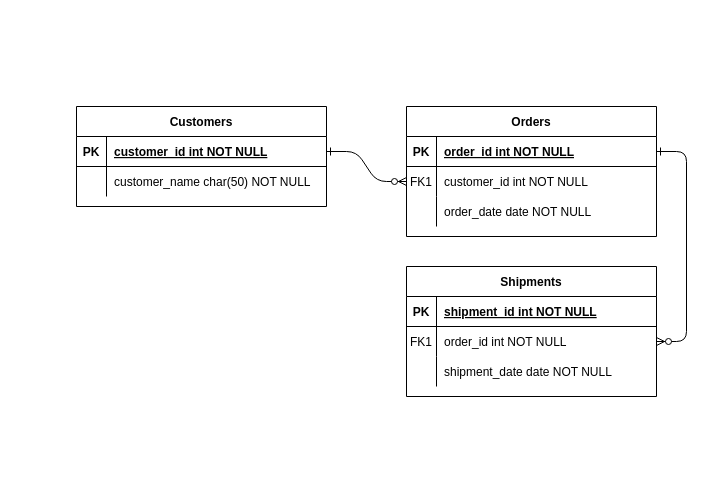
Before: CompanyCards.drawio in JonazOliveira/SQL-DIAGRAMS-ER, a draw.io diagram. Source tidied: cells renumbered, new cells numbered last; positions are measured from the earlier drawing's top-left corner, leaving out a move shared by most shapes. Both pictures are drawn from the tidied source at 100%, with x=0, y=0 at pixel (76, 106).
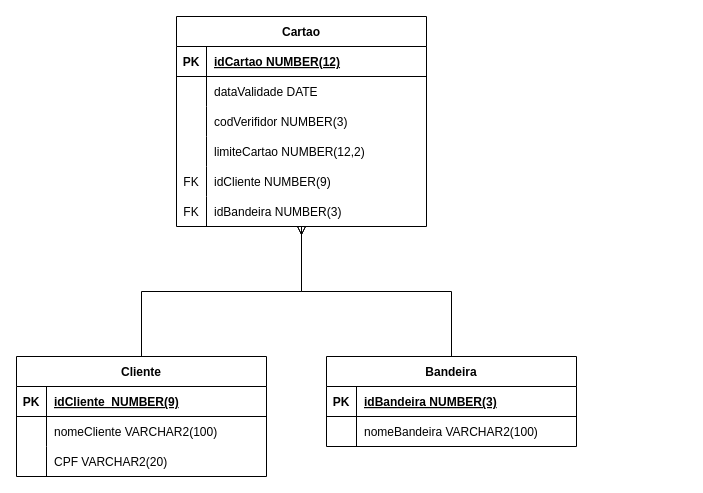
Above is the later version.

Unchanged cells that the change refers to:
```xml
<mxCell id="5" style="shape=partialRectangle;fillColor=none;points=[[0,0.5],[1,0.5]];portConstraint=eastwest;top=0;left=0;right=0;bottom=1;" parent="4" vertex="1">
  <mxGeometry y="30" width="250" height="30" as="geometry" />
</mxCell>
<mxCell id="8" style="shape=partialRectangle;fillColor=none;points=[[0,0.5],[1,0.5]];portConstraint=eastwest;top=0;left=0;right=0;bottom=0;" parent="4" vertex="1">
  <mxGeometry y="60" width="250" height="30" as="geometry" />
</mxCell>
<mxCell id="11" style="shape=partialRectangle;fillColor=none;top=0;left=0;right=0;bottom=0;" parent="4" vertex="1">
  <mxGeometry y="90" width="250" height="30" as="geometry" />
</mxCell>
<mxCell id="15" style="shape=partialRectangle;fillColor=none;top=0;left=0;right=0;bottom=1;" parent="14" vertex="1">
  <mxGeometry y="30" width="250" height="30" as="geometry" />
</mxCell>
<mxCell id="18" style="shape=partialRectangle;fillColor=none;points=[[0,0.5],[1,0.5]];portConstraint=eastwest;top=0;left=0;right=0;bottom=0;" parent="14" vertex="1">
  <mxGeometry y="60" width="250" height="30" as="geometry" />
</mxCell>
<mxCell id="25" style="shape=partialRectangle;fillColor=none;points=[[0,0.5],[1,0.5]];portConstraint=eastwest;top=0;left=0;right=0;bottom=1;" parent="24" vertex="1">
  <mxGeometry y="30" width="250" height="30" as="geometry" />
</mxCell>
<mxCell id="28" style="shape=partialRectangle;fillColor=none;top=0;left=0;right=0;bottom=0;" parent="24" vertex="1">
  <mxGeometry y="60" width="250" height="30" as="geometry" />
</mxCell>
```

What changed in the source:
```diff
@@
-    <mxCell id="2" style="edgeStyle=entityRelationEdgeStyle;endArrow=ERzeroToMany;startArrow=ERone;endFill=1;startFill=0;" parent="1" edge="1" source="25" target="8">
-      <mxGeometry relative="1" as="geometry" />
-    </mxCell>
-    <mxCell id="3" style="edgeStyle=entityRelationEdgeStyle;endArrow=ERzeroToMany;startArrow=ERone;endFill=1;startFill=0;" parent="1" edge="1" source="5" target="18">
-      <mxGeometry relative="1" as="geometry" />
-    </mxCell>
+    <mxCell id="31" style="edgeStyle=orthogonalEdgeStyle;rounded=0;jettySize=auto;html=1;exitX=0.5;exitY=0;exitDx=0;exitDy=0;endArrow=ERmany;endFill=0;" parent="1" edge="1" source="4" target="24">
+      <mxGeometry relative="1" as="geometry" />
+    </mxCell>
-    <mxCell id="4" value="Orders" style="shape=table;startSize=30;childLayout=tableLayout;rowLines=0;fontStyle=1;align=center;" parent="1" vertex="1">
-      <mxGeometry x="330" width="250" height="130" as="geometry" />
+    <mxCell id="4" value="Cliente" style="shape=table;startSize=30;childLayout=tableLayout;rowLines=0;fontStyle=1;align=center;" parent="1" vertex="1">
+      <mxGeometry x="-60" y="250" width="250" height="120" as="geometry" />
     </mxCell>
@@
-    <mxCell id="7" value="order_id int NOT NULL " style="shape=partialRectangle;overflow=hidden;fillColor=none;top=0;left=0;bottom=0;right=0;align=left;spacingLeft=6;fontStyle=5;" parent="5" vertex="1">
+    <mxCell id="7" value="idCliente  NUMBER(9)" style="shape=partialRectangle;overflow=hidden;fillColor=none;top=0;left=0;bottom=0;right=0;align=left;spacingLeft=6;fontStyle=5;" parent="5" vertex="1">
       <mxGeometry x="30" width="220" height="30" as="geometry" />
     </mxCell>
@@
-    <mxCell id="9" value="FK1" style="shape=partialRectangle;overflow=hidden;fillColor=none;top=0;left=0;bottom=0;right=0;" parent="8" vertex="1">
+    <mxCell id="9" style="shape=partialRectangle;overflow=hidden;fillColor=none;top=0;left=0;bottom=0;right=0;" parent="8" vertex="1">
       <mxGeometry width="30" height="30" as="geometry" />
     </mxCell>
-    <mxCell id="10" value="customer_id int NOT NULL" style="shape=partialRectangle;overflow=hidden;fillColor=none;top=0;left=0;bottom=0;right=0;align=left;spacingLeft=6;" parent="8" vertex="1">
+    <mxCell id="10" value="nomeCliente VARCHAR2(100)" style="shape=partialRectangle;overflow=hidden;fillColor=none;top=0;left=0;bottom=0;right=0;align=left;spacingLeft=6;" parent="8" vertex="1">
       <mxGeometry x="30" width="220" height="30" as="geometry" />
     </mxCell>
@@
-    <mxCell id="13" value="order_date date NOT NULL" style="shape=partialRectangle;overflow=hidden;fillColor=none;top=0;left=0;bottom=0;right=0;align=left;spacingLeft=6;" parent="11" vertex="1">
+    <mxCell id="13" value="CPF VARCHAR2(20)" style="shape=partialRectangle;overflow=hidden;fillColor=none;top=0;left=0;bottom=0;right=0;align=left;spacingLeft=6;" parent="11" vertex="1">
       <mxGeometry x="30" width="220" height="30" as="geometry" />
     </mxCell>
+    <mxCell id="32" style="edgeStyle=orthogonalEdgeStyle;rounded=0;jettySize=auto;html=1;exitX=0.5;exitY=0;exitDx=0;exitDy=0;endArrow=ERmany;endFill=0;" parent="1" edge="1" source="14" target="24">
+      <mxGeometry relative="1" as="geometry" />
+    </mxCell>
-    <mxCell id="14" value="Shipments" style="shape=table;startSize=30;childLayout=tableLayout;rowLines=0;fontStyle=1;align=center;" parent="1" vertex="1">
-      <mxGeometry x="330" y="160" width="250" height="130" as="geometry" />
+    <mxCell id="14" value="Bandeira" style="shape=table;startSize=30;childLayout=tableLayout;rowLines=0;fontStyle=1;align=center;" parent="1" vertex="1">
+      <mxGeometry x="250" y="250" width="250" height="90" as="geometry" />
     </mxCell>
@@
-    <mxCell id="17" value="shipment_id int NOT NULL " style="shape=partialRectangle;overflow=hidden;fillColor=none;top=0;left=0;bottom=0;right=0;align=left;spacingLeft=6;fontStyle=5;" parent="15" vertex="1">
+    <mxCell id="17" value="idBandeira NUMBER(3)" style="shape=partialRectangle;overflow=hidden;fillColor=none;top=0;left=0;bottom=0;right=0;align=left;spacingLeft=6;fontStyle=5;" parent="15" vertex="1">
       <mxGeometry x="30" width="220" height="30" as="geometry" />
     </mxCell>
@@
-    <mxCell id="19" value="FK1" style="shape=partialRectangle;overflow=hidden;fillColor=none;top=0;left=0;bottom=0;right=0;" parent="18" vertex="1">
+    <mxCell id="19" style="shape=partialRectangle;overflow=hidden;fillColor=none;top=0;left=0;bottom=0;right=0;" parent="18" vertex="1">
       <mxGeometry width="30" height="30" as="geometry" />
     </mxCell>
-    <mxCell id="20" value="order_id int NOT NULL" style="shape=partialRectangle;overflow=hidden;fillColor=none;top=0;left=0;bottom=0;right=0;align=left;spacingLeft=6;" parent="18" vertex="1">
+    <mxCell id="20" value="nomeBandeira VARCHAR2(100)" style="shape=partialRectangle;overflow=hidden;fillColor=none;top=0;left=0;bottom=0;right=0;align=left;spacingLeft=6;" parent="18" vertex="1">
       <mxGeometry x="30" width="220" height="30" as="geometry" />
     </mxCell>
-    <mxCell id="21" style="shape=partialRectangle;fillColor=none;top=0;left=0;right=0;bottom=0;" parent="14" vertex="1">
-      <mxGeometry y="90" width="250" height="30" as="geometry" />
-    </mxCell>
-    <mxCell id="22" style="shape=partialRectangle;overflow=hidden;fillColor=none;top=0;left=0;bottom=0;right=0;" parent="21" vertex="1">
-      <mxGeometry width="30" height="30" as="geometry" />
-    </mxCell>
-    <mxCell id="23" value="shipment_date date NOT NULL" style="shape=partialRectangle;overflow=hidden;fillColor=none;top=0;left=0;bottom=0;right=0;align=left;spacingLeft=6;" parent="21" vertex="1">
-      <mxGeometry x="30" width="220" height="30" as="geometry" />
-    </mxCell>
-    <mxCell id="24" value="Customers" style="shape=table;startSize=30;childLayout=tableLayout;rowLines=0;fontStyle=1;align=center;" parent="1" vertex="1">
-      <mxGeometry width="250" height="100" as="geometry" />
+    <mxCell id="24" value="Cartao" style="shape=table;startSize=30;childLayout=tableLayout;rowLines=0;fontStyle=1;align=center;" parent="1" vertex="1">
+      <mxGeometry x="100" y="-90" width="250" height="210" as="geometry" />
     </mxCell>
@@
-    <mxCell id="27" value="customer_id int NOT NULL " style="shape=partialRectangle;overflow=hidden;fillColor=none;top=0;left=0;bottom=0;right=0;align=left;spacingLeft=6;fontStyle=5;" parent="25" vertex="1">
+    <mxCell id="27" value="idCartao NUMBER(12)" style="shape=partialRectangle;overflow=hidden;fillColor=none;top=0;left=0;bottom=0;right=0;align=left;spacingLeft=6;fontStyle=5;" parent="25" vertex="1">
       <mxGeometry x="30" width="220" height="30" as="geometry" />
     </mxCell>
@@
-    <mxCell id="30" value="customer_name char(50) NOT NULL" style="shape=partialRectangle;overflow=hidden;fillColor=none;top=0;left=0;bottom=0;right=0;align=left;spacingLeft=6;" parent="28" vertex="1">
+    <mxCell id="30" value="dataValidade DATE" style="shape=partialRectangle;overflow=hidden;fillColor=none;top=0;left=0;bottom=0;right=0;align=left;spacingLeft=6;" parent="28" vertex="1">
       <mxGeometry x="30" width="220" height="30" as="geometry" />
     </mxCell>
+    <mxCell id="21" style="shape=partialRectangle;fillColor=none;top=0;left=0;right=0;bottom=0;" parent="24" vertex="1">
+      <mxGeometry y="90" width="250" height="30" as="geometry" />
+    </mxCell>
+    <mxCell id="33" style="shape=partialRectangle;overflow=hidden;fillColor=none;top=0;left=0;bottom=0;right=0;" parent="21" vertex="1">
+      <mxGeometry width="30" height="30" as="geometry" />
+    </mxCell>
+    <mxCell id="34" value="codVerifidor NUMBER(3)" style="shape=partialRectangle;overflow=hidden;fillColor=none;top=0;left=0;bottom=0;right=0;align=left;spacingLeft=6;" parent="21" vertex="1">
+      <mxGeometry x="30" width="220" height="30" as="geometry" />
+    </mxCell>
+    <mxCell id="35" style="shape=partialRectangle;fillColor=none;top=0;left=0;right=0;bottom=0;" parent="24" vertex="1">
+      <mxGeometry y="120" width="250" height="30" as="geometry" />
+    </mxCell>
+    <mxCell id="36" style="shape=partialRectangle;overflow=hidden;fillColor=none;top=0;left=0;bottom=0;right=0;" parent="35" vertex="1">
+      <mxGeometry width="30" height="30" as="geometry" />
+    </mxCell>
+    <mxCell id="37" value="limiteCartao NUMBER(12,2)" style="shape=partialRectangle;overflow=hidden;fillColor=none;top=0;left=0;bottom=0;right=0;align=left;spacingLeft=6;" parent="35" vertex="1">
+      <mxGeometry x="30" width="220" height="30" as="geometry" />
+    </mxCell>
+    <mxCell id="38" style="shape=partialRectangle;fillColor=none;top=0;left=0;right=0;bottom=0;" parent="24" vertex="1">
+      <mxGeometry y="150" width="250" height="30" as="geometry" />
+    </mxCell>
+    <mxCell id="39" value="FK" style="shape=partialRectangle;overflow=hidden;fillColor=none;top=0;left=0;bottom=0;right=0;" parent="38" vertex="1">
+      <mxGeometry width="30" height="30" as="geometry" />
+    </mxCell>
+    <mxCell id="40" value="idCliente NUMBER(9)" style="shape=partialRectangle;overflow=hidden;fillColor=none;top=0;left=0;bottom=0;right=0;align=left;spacingLeft=6;" parent="38" vertex="1">
+      <mxGeometry x="30" width="220" height="30" as="geometry" />
+    </mxCell>
+    <mxCell id="41" style="shape=partialRectangle;fillColor=none;top=0;left=0;right=0;bottom=0;" parent="24" vertex="1">
+      <mxGeometry y="180" width="250" height="30" as="geometry" />
+    </mxCell>
+    <mxCell id="42" value="FK" style="shape=partialRectangle;overflow=hidden;fillColor=none;top=0;left=0;bottom=0;right=0;" parent="41" vertex="1">
+      <mxGeometry width="30" height="30" as="geometry" />
+    </mxCell>
+    <mxCell id="43" value="idBandeira NUMBER(3)" style="shape=partialRectangle;overflow=hidden;fillColor=none;top=0;left=0;bottom=0;right=0;align=left;spacingLeft=6;" parent="41" vertex="1">
+      <mxGeometry x="30" width="220" height="30" as="geometry" />
+    </mxCell>
```
